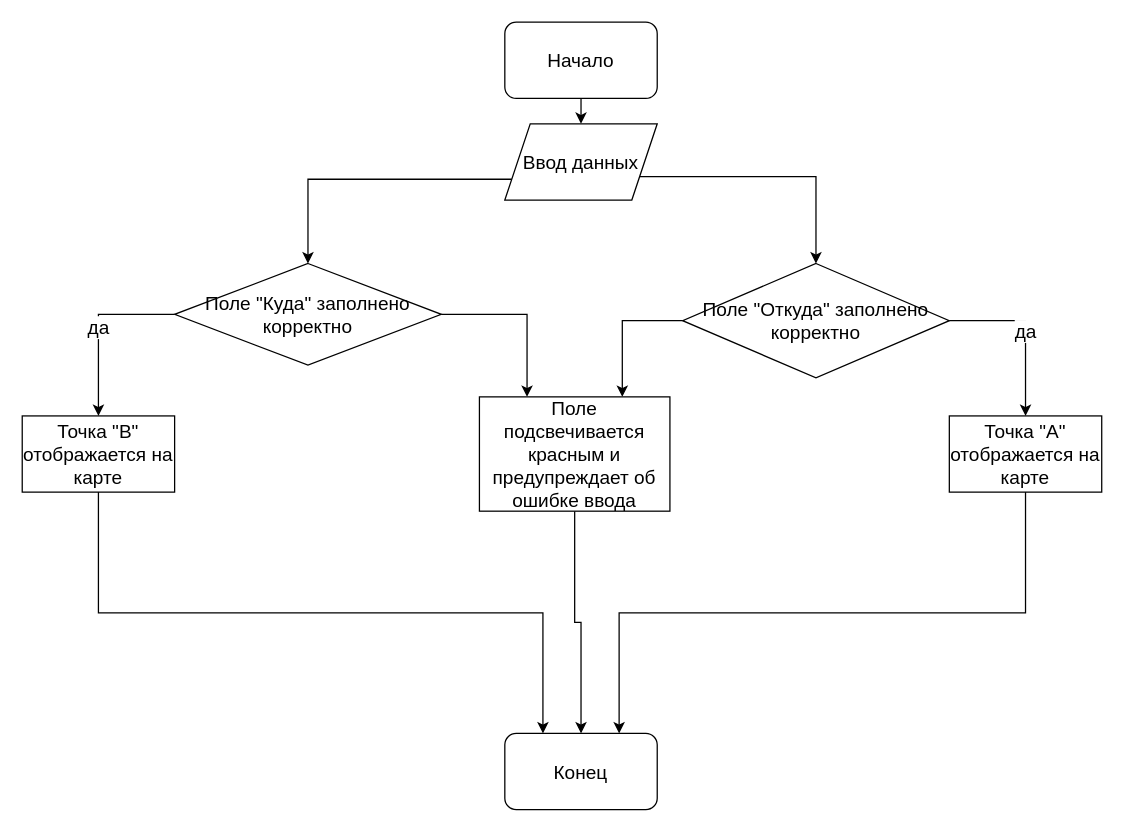
This is Practice1Block2.drawio from NatPopstar/Yandex.Praktikum, a draw.io file, before an edit. Source tidied: cells renumbered, new cells numbered last; positions are measured from the earlier drawing's top-left corner, leaving out a move shared by most shapes. Both pictures are drawn from the tidied source at 127%, with x=0, y=0 at pixel (22, 22).
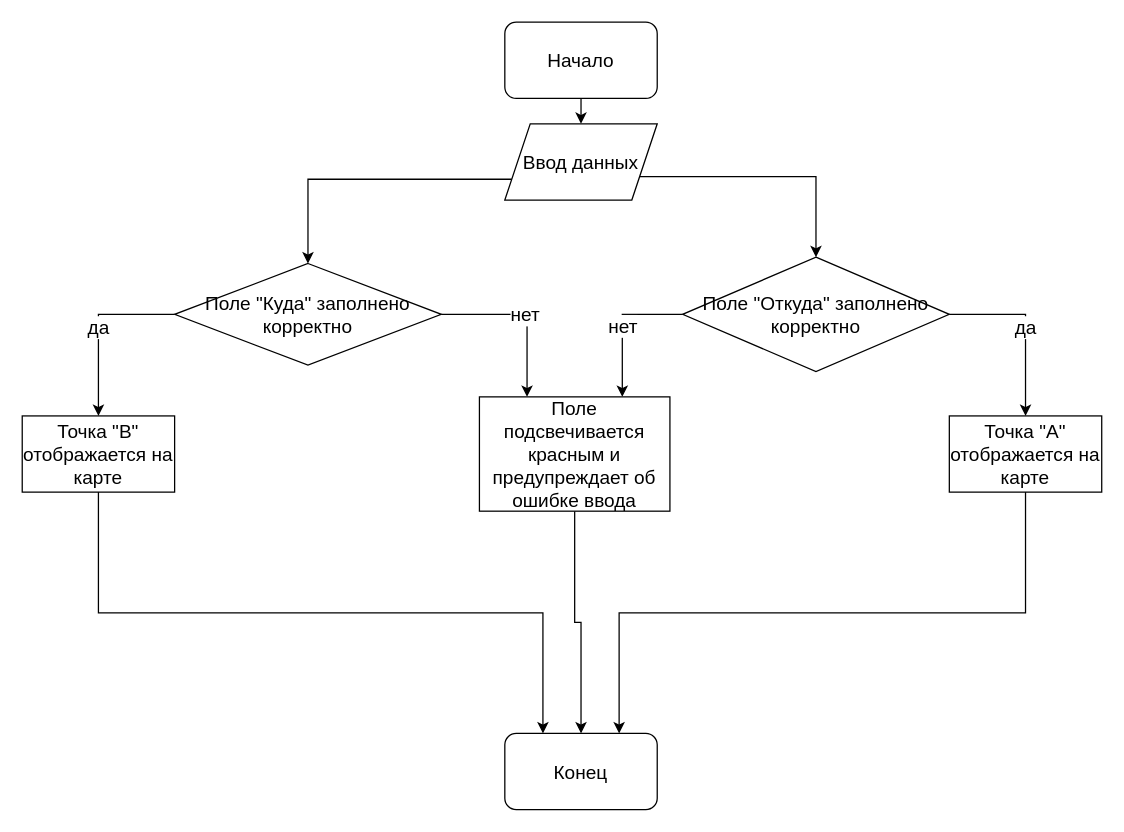
The same diagram, later.

Change to the diagram source:
```diff
@@
 <mxGraphModel>
   <root>
     <mxCell id="0" />
     <mxCell id="1" parent="0" />
     <mxCell id="2" style="edgeStyle=orthogonalEdgeStyle;rounded=0;jettySize=auto;html=1;exitX=0.5;exitY=1;exitDx=0;exitDy=0;fontSize=15;entryX=0.5;entryY=0;entryDx=0;entryDy=0;" parent="1" edge="1" source="3" target="6">
       <mxGeometry relative="1" as="geometry" />
     </mxCell>
     <mxCell id="3" value="Начало" style="rounded=1;whiteSpace=wrap;html=1;fontSize=15;" parent="1" vertex="1">
       <mxGeometry x="380" width="120" height="60" as="geometry" />
     </mxCell>
     <mxCell id="4" style="edgeStyle=orthogonalEdgeStyle;rounded=0;jettySize=auto;html=1;exitX=0;exitY=0.75;exitDx=0;exitDy=0;entryX=0.5;entryY=0;entryDx=0;entryDy=0;fontSize=15;" parent="1" edge="1" source="6" target="9">
       <mxGeometry relative="1" as="geometry" />
     </mxCell>
     <mxCell id="5" style="edgeStyle=orthogonalEdgeStyle;rounded=0;jettySize=auto;html=1;exitX=1;exitY=0.75;exitDx=0;exitDy=0;entryX=0.5;entryY=0;entryDx=0;entryDy=0;fontSize=15;" parent="1" edge="1" source="6" target="12">
       <mxGeometry relative="1" as="geometry" />
     </mxCell>
     <mxCell id="6" value="Ввод данных" style="shape=parallelogram;perimeter=parallelogramPerimeter;whiteSpace=wrap;html=1;fixedSize=1;fontSize=15;" parent="1" vertex="1">
       <mxGeometry x="380" y="80" width="120" height="60" as="geometry" />
     </mxCell>
     <mxCell id="7" value="да" style="edgeStyle=orthogonalEdgeStyle;rounded=0;jettySize=auto;html=1;exitX=0;exitY=0.5;exitDx=0;exitDy=0;entryX=0.5;entryY=0;entryDx=0;entryDy=0;fontSize=15;" parent="1" edge="1" source="9" target="16">
       <mxGeometry relative="1" as="geometry" />
     </mxCell>
-    <mxCell id="8" style="edgeStyle=orthogonalEdgeStyle;rounded=0;jettySize=auto;html=1;exitX=1;exitY=0.5;exitDx=0;exitDy=0;entryX=0.25;entryY=0;entryDx=0;entryDy=0;fontSize=15;" parent="1" edge="1" source="9" target="18">
+    <mxCell id="8" value="нет" style="edgeStyle=orthogonalEdgeStyle;rounded=0;jettySize=auto;html=1;exitX=1;exitY=0.5;exitDx=0;exitDy=0;entryX=0.25;entryY=0;entryDx=0;entryDy=0;fontSize=15;" parent="1" edge="1" source="9" target="18">
       <mxGeometry relative="1" as="geometry" />
     </mxCell>
     <mxCell id="9" value="Поле &quot;Куда&quot; заполнено корректно" style="rhombus;whiteSpace=wrap;html=1;fontSize=15;" parent="1" vertex="1">
       <mxGeometry x="120" y="190" width="210" height="80" as="geometry" />
     </mxCell>
     <mxCell id="10" value="да" style="edgeStyle=orthogonalEdgeStyle;rounded=0;jettySize=auto;html=1;exitX=1;exitY=0.5;exitDx=0;exitDy=0;fontSize=15;" parent="1" edge="1" source="12" target="14">
       <mxGeometry relative="1" as="geometry" />
     </mxCell>
-    <mxCell id="11" style="edgeStyle=orthogonalEdgeStyle;rounded=0;jettySize=auto;html=1;exitX=0;exitY=0.5;exitDx=0;exitDy=0;entryX=0.75;entryY=0;entryDx=0;entryDy=0;fontSize=15;" parent="1" edge="1" source="12" target="18">
+    <mxCell id="11" value="нет" style="edgeStyle=orthogonalEdgeStyle;rounded=0;jettySize=auto;html=1;exitX=0;exitY=0.5;exitDx=0;exitDy=0;entryX=0.75;entryY=0;entryDx=0;entryDy=0;fontSize=15;" parent="1" edge="1" source="12" target="18">
       <mxGeometry relative="1" as="geometry" />
     </mxCell>
     <mxCell id="12" value="Поле &quot;Откуда&quot; заполнено корректно" style="rhombus;whiteSpace=wrap;html=1;fontSize=15;" parent="1" vertex="1">
-      <mxGeometry x="520" y="190" width="210" height="90" as="geometry" />
+      <mxGeometry x="520" y="185" width="210" height="90" as="geometry" />
     </mxCell>
     <mxCell id="13" style="edgeStyle=orthogonalEdgeStyle;rounded=0;jettySize=auto;html=1;exitX=0.5;exitY=1;exitDx=0;exitDy=0;entryX=0.75;entryY=0;entryDx=0;entryDy=0;fontSize=15;" parent="1" edge="1" source="14" target="19">
       <mxGeometry relative="1" as="geometry" />
     </mxCell>
     <mxCell id="14" value="Точка &quot;А&quot; отображается на карте" style="rounded=0;whiteSpace=wrap;html=1;fontSize=15;" parent="1" vertex="1">
       <mxGeometry x="730" y="310" width="120" height="60" as="geometry" />
     </mxCell>
     <mxCell id="15" style="edgeStyle=orthogonalEdgeStyle;rounded=0;jettySize=auto;html=1;exitX=0.5;exitY=1;exitDx=0;exitDy=0;entryX=0.25;entryY=0;entryDx=0;entryDy=0;fontSize=15;" parent="1" edge="1" source="16" target="19">
       <mxGeometry relative="1" as="geometry" />
     </mxCell>
     <mxCell id="16" value="Точка &quot;В&quot; отображается на карте" style="rounded=0;whiteSpace=wrap;html=1;fontSize=15;" parent="1" vertex="1">
       <mxGeometry y="310" width="120" height="60" as="geometry" />
     </mxCell>
     <mxCell id="17" style="edgeStyle=orthogonalEdgeStyle;rounded=0;jettySize=auto;html=1;exitX=0.5;exitY=1;exitDx=0;exitDy=0;entryX=0.5;entryY=0;entryDx=0;entryDy=0;fontSize=15;" parent="1" edge="1" source="18" target="19">
       <mxGeometry relative="1" as="geometry" />
     </mxCell>
     <mxCell id="18" value="Поле подсвечивается красным и предупреждает об ошибке ввода" style="rounded=0;whiteSpace=wrap;html=1;fontSize=15;" parent="1" vertex="1">
       <mxGeometry x="360" y="295" width="150" height="90" as="geometry" />
     </mxCell>
     <mxCell id="19" value="Конец" style="rounded=1;whiteSpace=wrap;html=1;fontSize=15;" parent="1" vertex="1">
       <mxGeometry x="380" y="560" width="120" height="60" as="geometry" />
     </mxCell>
   </root>
 </mxGraphModel>
```
